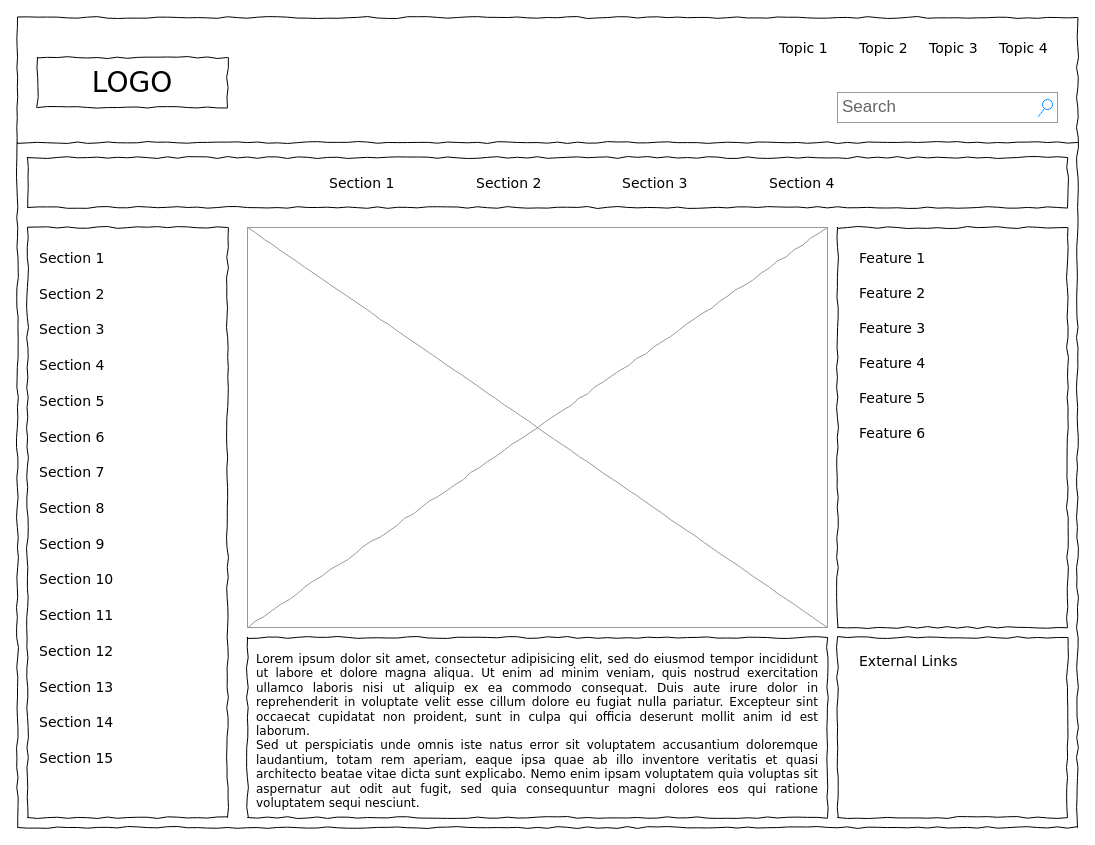
The draw.io diagram andredre/Untitled Diagram.drawio in bwdpaepe/websites, before the edit. Source tidied: cells renumbered, new cells numbered last; positions are measured from the earlier drawing's top-left corner, leaving out a move shared by most shapes. Both pictures are drawn from the tidied source at 100%, with x=0, y=0 at pixel (17, 17).
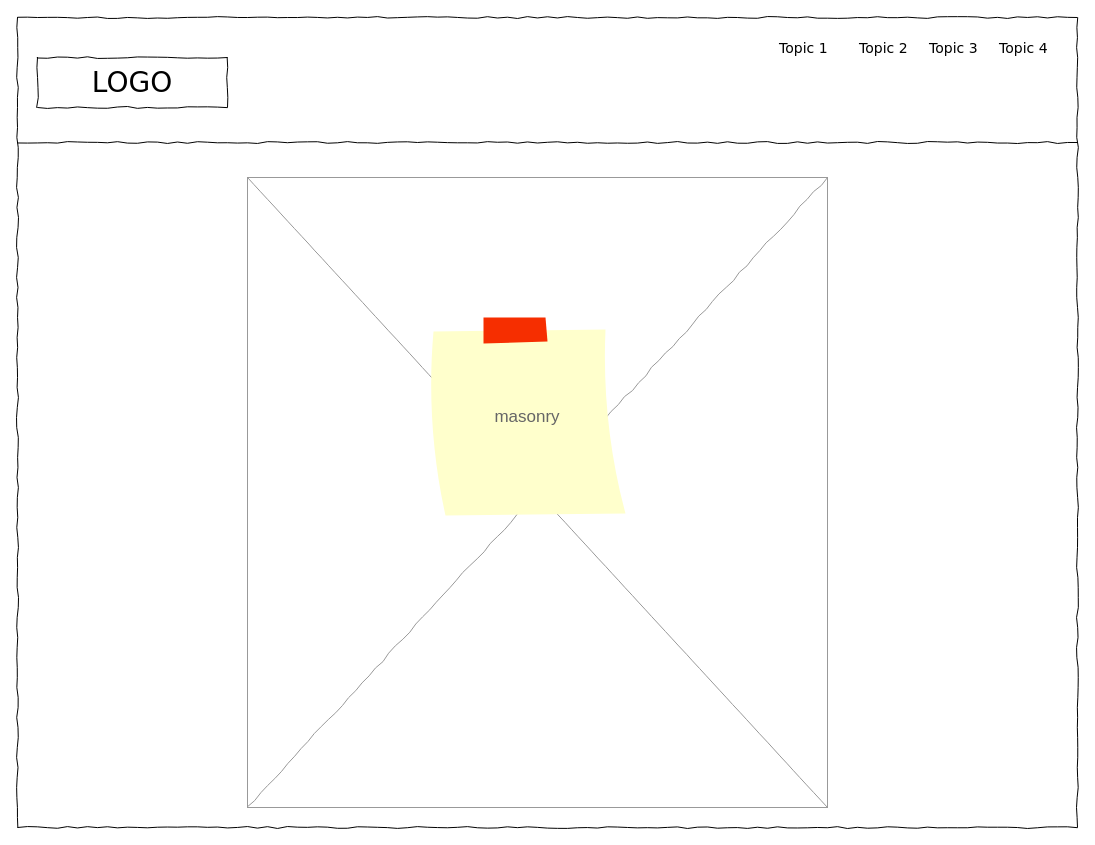
After the change.

Diff of the diagram source:
```diff
@@
-    <mxCell id="4" value="Search" style="strokeWidth=1;shadow=0;dashed=0;align=center;html=1;shape=mxgraph.mockup.forms.searchBox;strokeColor=#999999;mainText=;strokeColor2=#008cff;fontColor=#666666;fontSize=17;align=left;spacingLeft=3;rounded=0;labelBackgroundColor=none;comic=1;" parent="1" vertex="1">
-      <mxGeometry x="820" y="75" width="220" height="30" as="geometry" />
-    </mxCell>
@@
-    <mxCell id="9" style="whiteSpace=wrap;html=1;rounded=0;shadow=0;labelBackgroundColor=none;strokeWidth=1;fillColor=none;fontFamily=Verdana;fontSize=12;align=center;comic=1;" parent="1" vertex="1">
-      <mxGeometry x="10" y="210" width="200" height="590" as="geometry" />
-    </mxCell>
@@
-    <mxCell id="11" style="whiteSpace=wrap;html=1;rounded=0;shadow=0;labelBackgroundColor=none;strokeWidth=1;fillColor=none;fontFamily=Verdana;fontSize=12;align=center;comic=1;" parent="1" vertex="1">
-      <mxGeometry x="10" y="140" width="1040" height="50" as="geometry" />
-    </mxCell>
-    <mxCell id="12" value="Section 1" style="text;html=1;align=left;verticalAlign=top;spacingTop=-4;fontSize=14;fontFamily=Verdana;" parent="1" vertex="1">
-      <mxGeometry x="310" y="155" width="60" height="20" as="geometry" />
-    </mxCell>
-    <mxCell id="13" value="Section 2" style="text;html=1;align=left;verticalAlign=top;spacingTop=-4;fontSize=14;fontFamily=Verdana;" parent="1" vertex="1">
-      <mxGeometry x="457" y="155" width="60" height="20" as="geometry" />
-    </mxCell>
-    <mxCell id="14" value="Section 3" style="text;html=1;align=left;verticalAlign=top;spacingTop=-4;fontSize=14;fontFamily=Verdana;" parent="1" vertex="1">
-      <mxGeometry x="603" y="155" width="60" height="20" as="geometry" />
-    </mxCell>
-    <mxCell id="15" value="Section 4" style="text;html=1;align=left;verticalAlign=top;spacingTop=-4;fontSize=14;fontFamily=Verdana;" parent="1" vertex="1">
-      <mxGeometry x="750" y="155" width="60" height="20" as="geometry" />
-    </mxCell>
-    <mxCell id="16" value="&lt;div style=&quot;text-align: justify&quot;&gt;&lt;span&gt;Lorem ipsum dolor sit amet, consectetur adipisicing elit, sed do eiusmod tempor incididunt ut labore et dolore magna aliqua. Ut enim ad minim veniam, quis nostrud exercitation ullamco laboris nisi ut aliquip ex ea commodo consequat. Duis aute irure dolor in reprehenderit in voluptate velit esse cillum dolore eu fugiat nulla pariatur. Excepteur sint occaecat cupidatat non proident, sunt in culpa qui officia deserunt mollit anim id est laborum.&lt;/span&gt;&lt;/div&gt;&lt;div style=&quot;text-align: justify&quot;&gt;&lt;span&gt;Sed ut perspiciatis unde omnis iste natus error sit voluptatem accusantium doloremque laudantium, totam rem aperiam, eaque ipsa quae ab illo inventore veritatis et quasi architecto beatae vitae dicta sunt explicabo. Nemo enim ipsam voluptatem quia voluptas sit aspernatur aut odit aut fugit, sed quia consequuntur magni dolores eos qui ratione voluptatem sequi nesciunt.&amp;nbsp;&lt;/span&gt;&lt;/div&gt;" style="whiteSpace=wrap;html=1;rounded=0;shadow=0;labelBackgroundColor=none;strokeWidth=1;fillColor=none;fontFamily=Verdana;fontSize=12;align=center;verticalAlign=top;spacing=10;comic=1;" parent="1" vertex="1">
-      <mxGeometry x="230" y="620" width="580" height="180" as="geometry" />
-    </mxCell>
     <mxCell id="17" style="verticalLabelPosition=bottom;shadow=0;dashed=0;align=center;html=1;verticalAlign=top;strokeWidth=1;shape=mxgraph.mockup.graphics.simpleIcon;strokeColor=#999999;rounded=0;labelBackgroundColor=none;fontFamily=Verdana;fontSize=14;fontColor=#000000;comic=1;" parent="1" vertex="1">
-      <mxGeometry x="230" y="210" width="580" height="400" as="geometry" />
+      <mxGeometry x="230" y="160" width="580" height="630" as="geometry" />
     </mxCell>
-    <mxCell id="18" style="whiteSpace=wrap;html=1;rounded=0;shadow=0;labelBackgroundColor=none;strokeWidth=1;fillColor=none;fontFamily=Verdana;fontSize=12;align=center;comic=1;" parent="1" vertex="1">
-      <mxGeometry x="820" y="210" width="230" height="400" as="geometry" />
-    </mxCell>
-    <mxCell id="19" style="whiteSpace=wrap;html=1;rounded=0;shadow=0;labelBackgroundColor=none;strokeWidth=1;fillColor=none;fontFamily=Verdana;fontSize=12;align=center;comic=1;" parent="1" vertex="1">
-      <mxGeometry x="820" y="620" width="230" height="180" as="geometry" />
-    </mxCell>
-    <mxCell id="20" value="Section 1" style="text;html=1;align=left;verticalAlign=top;spacingTop=-4;fontSize=14;fontFamily=Verdana;" parent="1" vertex="1">
-      <mxGeometry x="20" y="230" width="170" height="20" as="geometry" />
-    </mxCell>
-    <mxCell id="21" value="Section 2" style="text;html=1;align=left;verticalAlign=top;spacingTop=-4;fontSize=14;fontFamily=Verdana;" parent="1" vertex="1">
-      <mxGeometry x="20" y="266" width="170" height="20" as="geometry" />
-    </mxCell>
-    <mxCell id="22" value="Section 3" style="text;html=1;align=left;verticalAlign=top;spacingTop=-4;fontSize=14;fontFamily=Verdana;" parent="1" vertex="1">
-      <mxGeometry x="20" y="301" width="170" height="20" as="geometry" />
-    </mxCell>
-    <mxCell id="23" value="Section 4" style="text;html=1;align=left;verticalAlign=top;spacingTop=-4;fontSize=14;fontFamily=Verdana;" parent="1" vertex="1">
-      <mxGeometry x="20" y="337" width="170" height="20" as="geometry" />
-    </mxCell>
-    <mxCell id="24" value="Section 7" style="text;html=1;align=left;verticalAlign=top;spacingTop=-4;fontSize=14;fontFamily=Verdana;" parent="1" vertex="1">
-      <mxGeometry x="20" y="444" width="170" height="20" as="geometry" />
-    </mxCell>
-    <mxCell id="25" value="Section 8" style="text;html=1;align=left;verticalAlign=top;spacingTop=-4;fontSize=14;fontFamily=Verdana;" parent="1" vertex="1">
-      <mxGeometry x="20" y="480" width="170" height="20" as="geometry" />
-    </mxCell>
-    <mxCell id="26" value="Section 9" style="text;html=1;align=left;verticalAlign=top;spacingTop=-4;fontSize=14;fontFamily=Verdana;" parent="1" vertex="1">
-      <mxGeometry x="20" y="516" width="170" height="20" as="geometry" />
-    </mxCell>
-    <mxCell id="27" value="Section 10" style="text;html=1;align=left;verticalAlign=top;spacingTop=-4;fontSize=14;fontFamily=Verdana;" parent="1" vertex="1">
-      <mxGeometry x="20" y="551" width="170" height="20" as="geometry" />
-    </mxCell>
-    <mxCell id="28" value="Section 11" style="text;html=1;align=left;verticalAlign=top;spacingTop=-4;fontSize=14;fontFamily=Verdana;" parent="1" vertex="1">
-      <mxGeometry x="20" y="587" width="170" height="20" as="geometry" />
-    </mxCell>
-    <mxCell id="29" value="Section 12" style="text;html=1;align=left;verticalAlign=top;spacingTop=-4;fontSize=14;fontFamily=Verdana;" parent="1" vertex="1">
-      <mxGeometry x="20" y="623" width="170" height="20" as="geometry" />
-    </mxCell>
-    <mxCell id="30" value="Section 13" style="text;html=1;align=left;verticalAlign=top;spacingTop=-4;fontSize=14;fontFamily=Verdana;" parent="1" vertex="1">
-      <mxGeometry x="20" y="659" width="170" height="20" as="geometry" />
-    </mxCell>
-    <mxCell id="31" value="Section 14" style="text;html=1;align=left;verticalAlign=top;spacingTop=-4;fontSize=14;fontFamily=Verdana;" parent="1" vertex="1">
-      <mxGeometry x="20" y="694" width="170" height="20" as="geometry" />
-    </mxCell>
-    <mxCell id="32" value="Section 5" style="text;html=1;align=left;verticalAlign=top;spacingTop=-4;fontSize=14;fontFamily=Verdana;" parent="1" vertex="1">
-      <mxGeometry x="20" y="373" width="170" height="20" as="geometry" />
-    </mxCell>
-    <mxCell id="33" value="Section 6" style="text;html=1;align=left;verticalAlign=top;spacingTop=-4;fontSize=14;fontFamily=Verdana;" parent="1" vertex="1">
-      <mxGeometry x="20" y="409" width="170" height="20" as="geometry" />
-    </mxCell>
-    <mxCell id="34" value="Section 15" style="text;html=1;align=left;verticalAlign=top;spacingTop=-4;fontSize=14;fontFamily=Verdana;" parent="1" vertex="1">
-      <mxGeometry x="20" y="730" width="170" height="20" as="geometry" />
-    </mxCell>
-    <mxCell id="35" value="External Links" style="text;html=1;align=left;verticalAlign=top;spacingTop=-4;fontSize=14;fontFamily=Verdana;" parent="1" vertex="1">
-      <mxGeometry x="840" y="633" width="170" height="20" as="geometry" />
-    </mxCell>
-    <mxCell id="36" value="Feature 1" style="text;html=1;align=left;verticalAlign=top;spacingTop=-4;fontSize=14;fontFamily=Verdana;" parent="1" vertex="1">
-      <mxGeometry x="840" y="230" width="170" height="20" as="geometry" />
-    </mxCell>
-    <mxCell id="37" value="Feature 2" style="text;html=1;align=left;verticalAlign=top;spacingTop=-4;fontSize=14;fontFamily=Verdana;" parent="1" vertex="1">
-      <mxGeometry x="840" y="265" width="170" height="20" as="geometry" />
-    </mxCell>
-    <mxCell id="38" value="Feature 3" style="text;html=1;align=left;verticalAlign=top;spacingTop=-4;fontSize=14;fontFamily=Verdana;" parent="1" vertex="1">
-      <mxGeometry x="840" y="300" width="170" height="20" as="geometry" />
-    </mxCell>
-    <mxCell id="39" value="Feature 4" style="text;html=1;align=left;verticalAlign=top;spacingTop=-4;fontSize=14;fontFamily=Verdana;" parent="1" vertex="1">
-      <mxGeometry x="840" y="335" width="170" height="20" as="geometry" />
-    </mxCell>
-    <mxCell id="40" value="Feature 5" style="text;html=1;align=left;verticalAlign=top;spacingTop=-4;fontSize=14;fontFamily=Verdana;" parent="1" vertex="1">
-      <mxGeometry x="840" y="370" width="170" height="20" as="geometry" />
-    </mxCell>
-    <mxCell id="41" value="Feature 6" style="text;html=1;align=left;verticalAlign=top;spacingTop=-4;fontSize=14;fontFamily=Verdana;" parent="1" vertex="1">
-      <mxGeometry x="840" y="405" width="170" height="20" as="geometry" />
-    </mxCell>
+    <mxCell id="42" value="masonry" style="strokeWidth=1;shadow=0;dashed=0;align=center;html=1;shape=mxgraph.mockup.text.stickyNote2;fontColor=#666666;mainText=;fontSize=17;whiteSpace=wrap;fillColor=#ffffcc;strokeColor=#F62E00;" parent="1" vertex="1">
+      <mxGeometry x="410" y="300" width="200" height="200" as="geometry" />
+    </mxCell>
```
